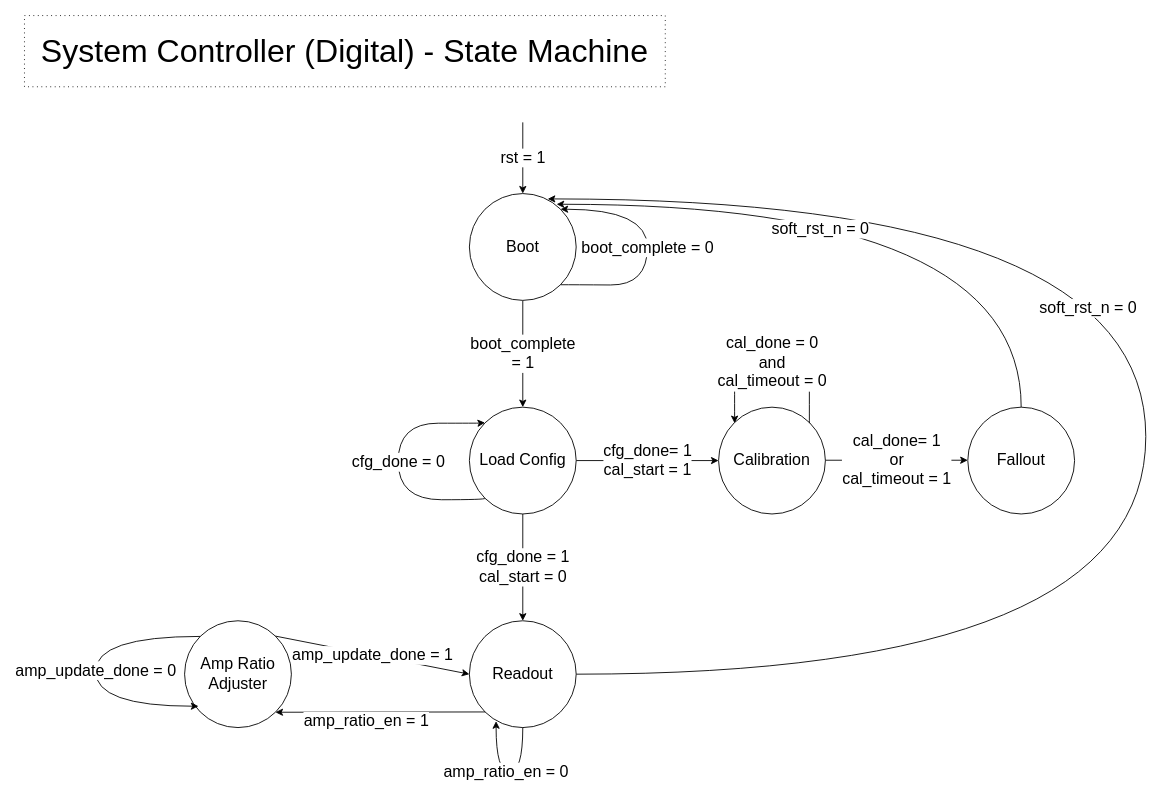
Earlier version of the draw.io diagram page "Latest State Machine" (3 of 17) of Media/Optical Probe Station Design.drawio (llhtimlam/Probton). Source tidied: cells renumbered, new cells numbered last; positions are measured from the earlier drawing's top-left corner, leaving out a move shared by most shapes. Both pictures are drawn from the tidied source at 89%, with x=0, y=0 at pixel (24, 15).
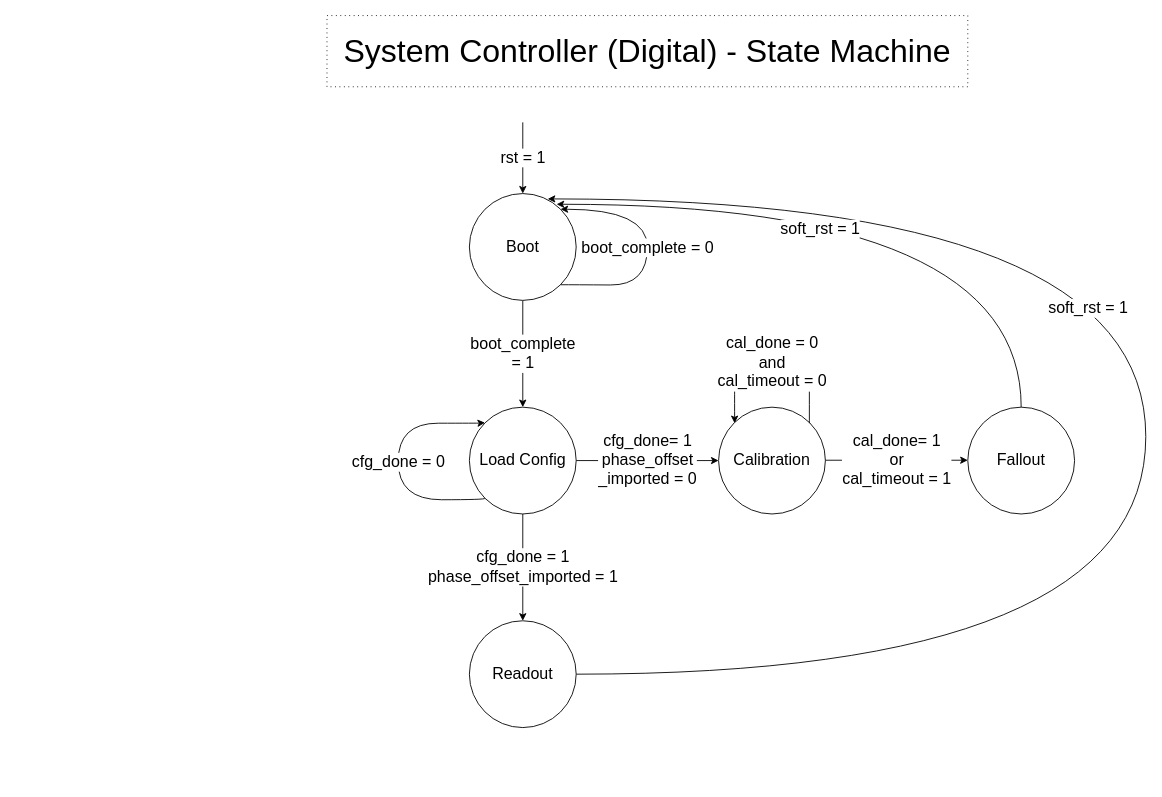
After the change.

Unchanged cells that the change refers to:
```xml
<mxCell id="10" value="&lt;font style=&quot;font-size: 18px;&quot;&gt;Load Config&lt;/font&gt;" style="ellipse;whiteSpace=wrap;html=1;" parent="1" vertex="1">
  <mxGeometry x="499.9" y="440" width="120" height="120" as="geometry" />
</mxCell>
<mxCell id="11" value="&lt;font style=&quot;font-size: 18px;&quot;&gt;Calibration&lt;/font&gt;" style="ellipse;whiteSpace=wrap;html=1;" parent="1" vertex="1">
  <mxGeometry x="779.9" y="440" width="120" height="120" as="geometry" />
</mxCell>
<mxCell id="12" style="edgeStyle=orthogonalEdgeStyle;rounded=0;jettySize=auto;html=1;exitX=1;exitY=0.5;exitDx=0;exitDy=0;curved=1;" parent="1" edge="1" source="14">
  <mxGeometry relative="1" as="geometry">
    <mxPoint x="587.9" y="206" as="targetPoint" />
    <Array as="points">
      <mxPoint x="1259.9" y="740" />
      <mxPoint x="1259.9" y="206" />
    </Array>
  </mxGeometry>
</mxCell>
<mxCell id="14" value="&lt;font style=&quot;font-size: 18px;&quot;&gt;Readout&lt;/font&gt;" style="ellipse;whiteSpace=wrap;html=1;" parent="1" vertex="1">
  <mxGeometry x="499.9" y="680" width="120" height="120" as="geometry" />
</mxCell>
<mxCell id="22" style="edgeStyle=orthogonalEdgeStyle;rounded=0;jettySize=auto;html=1;exitX=0.5;exitY=0;exitDx=0;exitDy=0;curved=1;" parent="1" edge="1" source="24">
  <mxGeometry relative="1" as="geometry">
    <mxPoint x="597.9" y="212" as="targetPoint" />
    <Array as="points">
      <mxPoint x="1119.9" y="212" />
    </Array>
  </mxGeometry>
</mxCell>
```

Diff of the diagram source:
```diff
@@
     <mxCell id="2" style="rounded=0;whiteSpace=wrap;html=1;fillColor=none;dashed=1;dashPattern=1 4;" parent="1" vertex="1">
-      <mxGeometry width="720" height="80" as="geometry" />
+      <mxGeometry x="339.9" width="720" height="80" as="geometry" />
     </mxCell>
     <mxCell id="3" value="&lt;span style=&quot;font-size: 36px;&quot;&gt;System Controller (Digital) - State Machine&lt;/span&gt;" style="text;html=1;whiteSpace=wrap;strokeColor=none;fillColor=none;align=center;verticalAlign=middle;rounded=0;" parent="1" vertex="1">
-      <mxGeometry y="10.5" width="720" height="59" as="geometry" />
+      <mxGeometry x="339.9" y="10.5" width="720" height="59" as="geometry" />
     </mxCell>
@@
-    <mxCell id="8" value="&lt;font style=&quot;font-size: 18px;&quot;&gt;cfg_done= 1&lt;/font&gt;&lt;div&gt;&lt;font style=&quot;font-size: 18px;&quot;&gt;cal_start = 1&lt;/font&gt;&lt;/div&gt;" style="edgeStyle=orthogonalEdgeStyle;rounded=0;jettySize=auto;html=1;entryX=0;entryY=0.5;entryDx=0;entryDy=0;" parent="1" edge="1" source="10" target="11">
+    <mxCell id="8" value="&lt;font style=&quot;font-size: 18px;&quot;&gt;cfg_done= 1&lt;/font&gt;&lt;div&gt;&lt;font style=&quot;font-size: 18px;&quot;&gt;phase_offset&lt;br&gt;_imported = 0&lt;/font&gt;&lt;/div&gt;" style="edgeStyle=orthogonalEdgeStyle;rounded=0;jettySize=auto;html=1;entryX=0;entryY=0.5;entryDx=0;entryDy=0;" parent="1" edge="1" source="10" target="11">
       <mxGeometry relative="1" as="geometry" />
     </mxCell>
-    <mxCell id="9" value="&lt;font style=&quot;font-size: 18px;&quot;&gt;cfg_done = 1&lt;/font&gt;&lt;div&gt;&lt;span style=&quot;font-size: 18px;&quot;&gt;cal_start = 0&lt;/span&gt;&lt;/div&gt;" style="edgeStyle=orthogonalEdgeStyle;rounded=0;jettySize=auto;html=1;exitX=0.5;exitY=1;exitDx=0;exitDy=0;" parent="1" edge="1" source="10" target="14">
+    <mxCell id="9" value="&lt;font style=&quot;font-size: 18px;&quot;&gt;cfg_done = 1&lt;/font&gt;&lt;div&gt;&lt;span style=&quot;font-size: 18px;&quot;&gt;phase_offset_imported = 1&lt;/span&gt;&lt;/div&gt;" style="edgeStyle=orthogonalEdgeStyle;rounded=0;jettySize=auto;html=1;exitX=0.5;exitY=1;exitDx=0;exitDy=0;" parent="1" edge="1" source="10" target="14">
       <mxGeometry relative="1" as="geometry">
         <Array as="points">
           <mxPoint x="559.9" y="620" />
           <mxPoint x="559.9" y="620" />
         </Array>
       </mxGeometry>
     </mxCell>
@@
-    <mxCell id="13" value="&lt;span style=&quot;font-size: 18px;&quot;&gt;soft_rst_n = 0&lt;/span&gt;" style="edgeLabel;html=1;align=center;verticalAlign=middle;" parent="12" vertex="1">
+    <mxCell id="13" value="&lt;span style=&quot;font-size: 18px;&quot;&gt;soft_rst = 1&lt;/span&gt;" style="edgeLabel;html=1;align=center;verticalAlign=middle;" parent="12" vertex="1">
       <mxGeometry x="0.14" y="65" relative="1" as="geometry" />
     </mxCell>
@@
-    <mxCell id="15" value="&lt;font style=&quot;font-size: 18px;&quot;&gt;amp_ratio_en = 0&lt;/font&gt;" style="curved=1;endArrow=classic;html=1;rounded=0;exitX=0.5;exitY=1;exitDx=0;exitDy=0;entryX=0.25;entryY=0.94;entryDx=0;entryDy=0;entryPerimeter=0;edgeStyle=orthogonalEdgeStyle;innerLoopWaypoints=1;" parent="1" edge="1" source="14" target="14">
-      <mxGeometry relative="1" as="geometry">
-        <Array as="points">
-          <mxPoint x="559.9" y="850" />
-          <mxPoint x="529.9" y="850" />
-        </Array>
-      </mxGeometry>
-    </mxCell>
-    <mxCell id="16" value="&lt;font style=&quot;font-size: 18px;&quot;&gt;Amp Ratio Adjuster&lt;/font&gt;" style="ellipse;whiteSpace=wrap;html=1;" parent="1" vertex="1">
-      <mxGeometry x="179.9" y="680" width="120" height="120" as="geometry" />
-    </mxCell>
-    <mxCell id="17" value="&lt;font style=&quot;font-size: 18px;&quot;&gt;amp_ratio_en = 1&lt;/font&gt;" style="endArrow=classic;html=1;rounded=0;exitX=0;exitY=1;exitDx=0;exitDy=0;entryX=1;entryY=1;entryDx=0;entryDy=0;" parent="1" edge="1" source="14" target="16">
-      <mxGeometry x="0.13" y="10" relative="1" as="geometry" />
-    </mxCell>
-    <mxCell id="18" value="&lt;span style=&quot;font-size: 18px;&quot;&gt;amp_update_done = 1&lt;/span&gt;" style="endArrow=classic;html=1;rounded=0;entryX=0;entryY=0.5;entryDx=0;entryDy=0;exitX=1;exitY=0;exitDx=0;exitDy=0;" parent="1" edge="1" source="16" target="14">
-      <mxGeometry relative="1" as="geometry" />
-    </mxCell>
-    <mxCell id="19" value="&lt;font style=&quot;font-size: 18px;&quot;&gt;amp_update_done = 0&lt;/font&gt;" style="curved=1;endArrow=classic;html=1;rounded=0;entryX=0.13;entryY=0.8;entryDx=0;entryDy=0;edgeStyle=orthogonalEdgeStyle;innerLoopWaypoints=1;exitX=0;exitY=0;exitDx=0;exitDy=0;entryPerimeter=0;" parent="1" edge="1" source="16" target="16">
-      <mxGeometry relative="1" as="geometry">
-        <Array as="points">
-          <mxPoint x="79.9" y="698" />
-          <mxPoint x="79.9" y="776" />
-        </Array>
-      </mxGeometry>
-    </mxCell>
@@
-    <mxCell id="23" value="&lt;font style=&quot;font-size: 18px;&quot;&gt;soft_rst_n = 0&lt;/font&gt;" style="edgeLabel;html=1;align=center;verticalAlign=middle;" parent="22" vertex="1">
+    <mxCell id="23" value="&lt;font style=&quot;font-size: 18px;&quot;&gt;soft_rst = 1&lt;/font&gt;" style="edgeLabel;html=1;align=center;verticalAlign=middle;" parent="22" vertex="1">
       <mxGeometry x="0.21" y="27" relative="1" as="geometry" />
     </mxCell>
```
